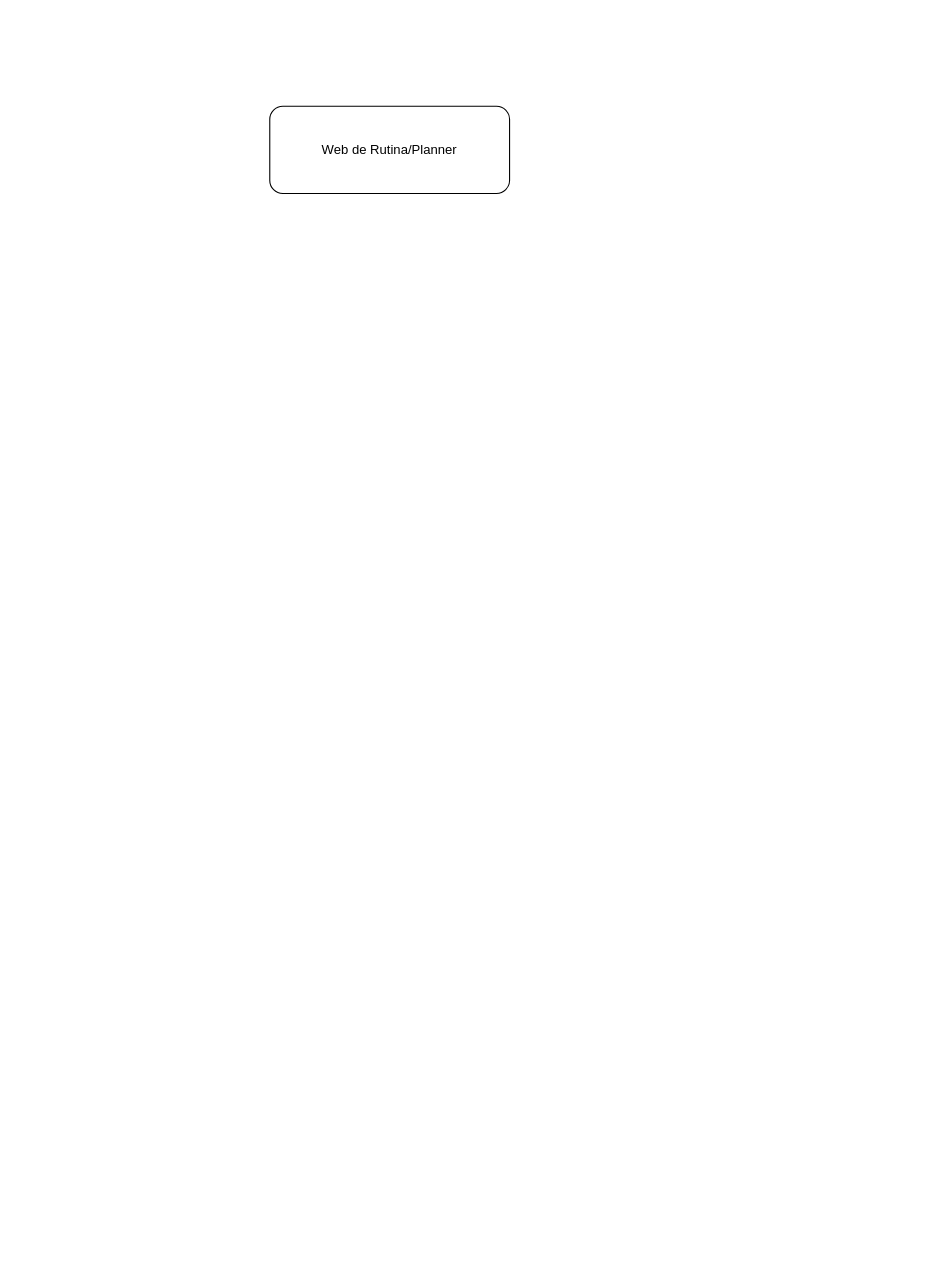
Earlier version of the draw.io diagram Diagrama_gestor_de_tareas.drawio (samDroid132/Diagrama---programacion-proyectos). Source tidied: cells renumbered, new cells numbered last; positions are measured from the earlier drawing's top-left corner, leaving out a move shared by most shapes. Both pictures are drawn from the tidied source at 109%, with x=0, y=0 at pixel (269, 106).
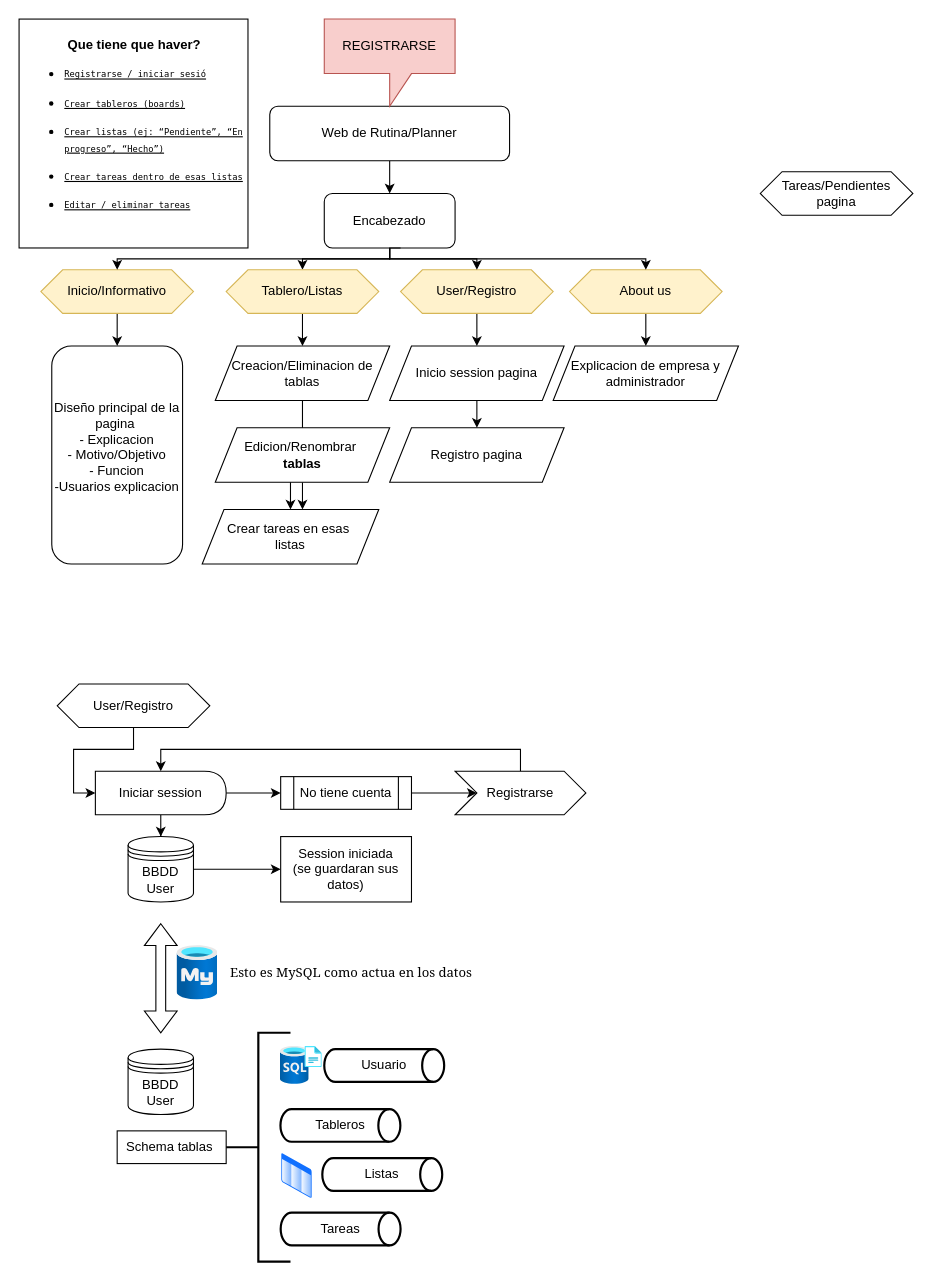
The same diagram, later.

Diff of the diagram source:
```diff
@@
+    <mxCell id="3" style="edgeStyle=orthogonalEdgeStyle;rounded=0;jettySize=auto;html=1;" parent="1" edge="1" source="2" target="6">
+      <mxGeometry relative="1" as="geometry" />
+    </mxCell>
     <mxCell id="2" value="Web de Rutina/Planner" style="rounded=1;whiteSpace=wrap;html=1;" parent="1" vertex="1">
-      <mxGeometry width="220" height="80" as="geometry" />
+      <mxGeometry width="220" height="50" as="geometry" />
     </mxCell>
+    <mxCell id="4" value="&lt;div style=&quot;text-align: center;&quot;&gt;&lt;b style=&quot;background-color: transparent; color: light-dark(rgb(0, 0, 0), rgb(255, 255, 255));&quot;&gt;Que tiene que haver?&lt;/b&gt;&lt;/div&gt;&lt;ul&gt;&lt;li&gt;&lt;p&gt;&lt;span style=&quot;background-color: transparent; color: light-dark(rgb(0, 0, 0), rgb(255, 255, 255));&quot;&gt;&lt;u&gt;&lt;font face=&quot;Lucida Console&quot; style=&quot;font-size: 8px;&quot;&gt;&lt;/font&gt;&lt;/u&gt;&lt;/span&gt;&lt;/p&gt;&lt;p&gt;&lt;font face=&quot;Lucida Console&quot;&gt;&lt;span style=&quot;font-size: 8px;&quot;&gt;&lt;u&gt;Registrarse / iniciar sesió&lt;/u&gt;&lt;/span&gt;&lt;/font&gt;&lt;/p&gt;&lt;/li&gt;&lt;li&gt;&lt;p&gt;&lt;span style=&quot;background-color: transparent; color: light-dark(rgb(0, 0, 0), rgb(255, 255, 255));&quot;&gt;&lt;u&gt;&lt;font face=&quot;Lucida Console&quot; style=&quot;font-size: 8px;&quot;&gt;Crear tableros (boards)&lt;/font&gt;&lt;/u&gt;&lt;/span&gt;&lt;/p&gt;&lt;/li&gt;&lt;li&gt;&lt;p&gt;&lt;u&gt;&lt;font face=&quot;Lucida Console&quot; style=&quot;font-size: 8px;&quot;&gt;Crear listas (ej: “Pendiente”, “En progreso”, “Hecho”)&lt;/font&gt;&lt;/u&gt;&lt;/p&gt;&lt;/li&gt;&lt;li&gt;&lt;p&gt;&lt;u&gt;&lt;font face=&quot;Lucida Console&quot; style=&quot;font-size: 8px;&quot;&gt;Crear tareas dentro de esas listas&lt;/font&gt;&lt;/u&gt;&lt;/p&gt;&lt;/li&gt;&lt;li&gt;&lt;p&gt;&lt;span style=&quot;background-color: transparent; color: light-dark(rgb(0, 0, 0), rgb(255, 255, 255));&quot;&gt;&lt;u&gt;&lt;font face=&quot;Lucida Console&quot; style=&quot;font-size: 8px;&quot;&gt;Editar / eliminar tareas&lt;/font&gt;&lt;/u&gt;&lt;/span&gt;&lt;/p&gt;&lt;/li&gt;&lt;/ul&gt;&lt;h1&gt;&lt;/h1&gt;" style="whiteSpace=wrap;html=1;align=left;" parent="1" vertex="1">
+      <mxGeometry x="-230" y="-80" width="210" height="210" as="geometry" />
+    </mxCell>
+    <mxCell id="5" style="edgeStyle=orthogonalEdgeStyle;rounded=0;jettySize=auto;html=1;entryX=0.5;entryY=0;entryDx=0;entryDy=0;" parent="1" edge="1" source="6" target="12">
+      <mxGeometry relative="1" as="geometry">
+        <Array as="points">
+          <mxPoint x="110" y="140" />
+          <mxPoint x="30" y="140" />
+        </Array>
+      </mxGeometry>
+    </mxCell>
+    <mxCell id="6" value="Encabezado" style="rounded=1;whiteSpace=wrap;html=1;" parent="1" vertex="1">
+      <mxGeometry x="50" y="80" width="120" height="50" as="geometry" />
+    </mxCell>
+    <mxCell id="7" style="edgeStyle=orthogonalEdgeStyle;rounded=0;jettySize=auto;html=1;" parent="1" edge="1" source="8" target="16">
+      <mxGeometry relative="1" as="geometry" />
+    </mxCell>
+    <mxCell id="8" value="Inicio/Informativo" style="shape=hexagon;perimeter=hexagonPerimeter2;whiteSpace=wrap;html=1;fixedSize=1;fillColor=#fff2cc;strokeColor=#d6b656;" parent="1" vertex="1">
+      <mxGeometry x="-210" y="150" width="140" height="40" as="geometry" />
+    </mxCell>
+    <mxCell id="9" style="edgeStyle=orthogonalEdgeStyle;rounded=0;jettySize=auto;html=1;" parent="1" edge="1" source="10" target="24">
+      <mxGeometry relative="1" as="geometry" />
+    </mxCell>
+    <mxCell id="10" value="User/Registro" style="shape=hexagon;perimeter=hexagonPerimeter2;whiteSpace=wrap;html=1;fixedSize=1;fillColor=#fff2cc;strokeColor=#d6b656;" parent="1" vertex="1">
+      <mxGeometry x="120" y="150" width="140" height="40" as="geometry" />
+    </mxCell>
+    <mxCell id="11" style="edgeStyle=orthogonalEdgeStyle;rounded=0;jettySize=auto;html=1;entryX=0.5;entryY=0;entryDx=0;entryDy=0;" parent="1" edge="1" source="12" target="18">
+      <mxGeometry relative="1" as="geometry">
+        <Array as="points">
+          <mxPoint x="30" y="180" />
+          <mxPoint x="30" y="180" />
+        </Array>
+      </mxGeometry>
+    </mxCell>
+    <mxCell id="12" value="Tablero/Listas" style="shape=hexagon;perimeter=hexagonPerimeter2;whiteSpace=wrap;html=1;fixedSize=1;fillColor=#fff2cc;strokeColor=#d6b656;" parent="1" vertex="1">
+      <mxGeometry x="-40" y="150" width="140" height="40" as="geometry" />
+    </mxCell>
+    <mxCell id="13" value="Tareas/Pendientes pagina" style="shape=hexagon;perimeter=hexagonPerimeter2;whiteSpace=wrap;html=1;fixedSize=1;" parent="1" vertex="1">
+      <mxGeometry x="450" y="60" width="140" height="40" as="geometry" />
+    </mxCell>
+    <mxCell id="14" style="edgeStyle=orthogonalEdgeStyle;rounded=0;jettySize=auto;html=1;" parent="1" edge="1" source="15" target="25">
+      <mxGeometry relative="1" as="geometry" />
+    </mxCell>
+    <mxCell id="15" value="About us" style="shape=hexagon;perimeter=hexagonPerimeter2;whiteSpace=wrap;html=1;fixedSize=1;fillColor=#fff2cc;strokeColor=#d6b656;" parent="1" vertex="1">
+      <mxGeometry x="275" y="150" width="140" height="40" as="geometry" />
+    </mxCell>
+    <mxCell id="16" value="Diseño principal de la pagina&amp;nbsp;&lt;div&gt;- Explicacion&lt;/div&gt;&lt;div&gt;- Motivo/Objetivo&lt;/div&gt;&lt;div&gt;- Funcion&lt;/div&gt;&lt;div&gt;-Usuarios explicacion&lt;/div&gt;&lt;div&gt;&lt;br&gt;&lt;/div&gt;" style="rounded=1;whiteSpace=wrap;html=1;" parent="1" vertex="1">
+      <mxGeometry x="-200" y="220" width="120" height="200" as="geometry" />
+    </mxCell>
+    <mxCell id="17" style="edgeStyle=orthogonalEdgeStyle;rounded=0;jettySize=auto;html=1;" parent="1" edge="1" source="18" target="21">
+      <mxGeometry relative="1" as="geometry" />
+    </mxCell>
+    <mxCell id="18" value="Creacion/Eliminacion de tablas" style="shape=parallelogram;perimeter=parallelogramPerimeter;whiteSpace=wrap;html=1;fixedSize=1;" parent="1" vertex="1">
+      <mxGeometry x="-50" y="220" width="160" height="50" as="geometry" />
+    </mxCell>
+    <mxCell id="19" style="edgeStyle=orthogonalEdgeStyle;rounded=0;jettySize=auto;html=1;" parent="1" edge="1" source="20" target="21">
+      <mxGeometry relative="1" as="geometry">
+        <Array as="points">
+          <mxPoint x="29" y="330" />
+          <mxPoint x="29" y="330" />
+        </Array>
+      </mxGeometry>
+    </mxCell>
+    <mxCell id="20" value="Edicion/Renombrar&amp;nbsp;&lt;div&gt;&lt;b&gt;tablas&lt;/b&gt;&lt;/div&gt;" style="shape=parallelogram;perimeter=parallelogramPerimeter;whiteSpace=wrap;html=1;fixedSize=1;" parent="1" vertex="1">
+      <mxGeometry x="-50" y="295" width="160" height="50" as="geometry" />
+    </mxCell>
+    <mxCell id="21" value="Crear tareas en esas&amp;nbsp;&lt;div&gt;listas&lt;/div&gt;" style="shape=parallelogram;perimeter=parallelogramPerimeter;whiteSpace=wrap;html=1;fixedSize=1;" parent="1" vertex="1">
+      <mxGeometry x="-62" y="370" width="162" height="50" as="geometry" />
+    </mxCell>
+    <mxCell id="22" value="Registro pagina" style="shape=parallelogram;perimeter=parallelogramPerimeter;whiteSpace=wrap;html=1;fixedSize=1;" parent="1" vertex="1">
+      <mxGeometry x="110" y="295" width="160" height="50" as="geometry" />
+    </mxCell>
+    <mxCell id="23" style="edgeStyle=orthogonalEdgeStyle;rounded=0;jettySize=auto;html=1;" parent="1" edge="1" source="24" target="22">
+      <mxGeometry relative="1" as="geometry" />
+    </mxCell>
+    <mxCell id="24" value="Inicio session pagina" style="shape=parallelogram;perimeter=parallelogramPerimeter;whiteSpace=wrap;html=1;fixedSize=1;" parent="1" vertex="1">
+      <mxGeometry x="110" y="220" width="160" height="50" as="geometry" />
+    </mxCell>
+    <mxCell id="25" value="Explicacion de empresa y administrador" style="shape=parallelogram;perimeter=parallelogramPerimeter;whiteSpace=wrap;html=1;fixedSize=1;" parent="1" vertex="1">
+      <mxGeometry x="260" y="220" width="170" height="50" as="geometry" />
+    </mxCell>
+    <mxCell id="26" style="edgeStyle=orthogonalEdgeStyle;rounded=0;jettySize=auto;html=1;entryX=0;entryY=0.5;entryDx=0;entryDy=0;" parent="1" edge="1" source="27" target="32">
+      <mxGeometry relative="1" as="geometry" />
+    </mxCell>
+    <mxCell id="27" value="User/Registro" style="shape=hexagon;perimeter=hexagonPerimeter2;whiteSpace=wrap;html=1;fixedSize=1;" parent="1" vertex="1">
+      <mxGeometry x="-195" y="530" width="140" height="40" as="geometry" />
+    </mxCell>
+    <mxCell id="28" style="edgeStyle=orthogonalEdgeStyle;rounded=0;jettySize=auto;html=1;" parent="1" edge="1" source="29" target="37">
+      <mxGeometry relative="1" as="geometry" />
+    </mxCell>
+    <mxCell id="29" value="BBDD User" style="shape=datastore;whiteSpace=wrap;html=1;" parent="1" vertex="1">
+      <mxGeometry x="-130" y="670" width="60" height="60" as="geometry" />
+    </mxCell>
+    <mxCell id="30" style="edgeStyle=orthogonalEdgeStyle;rounded=0;jettySize=auto;html=1;" parent="1" edge="1" source="32" target="36">
+      <mxGeometry relative="1" as="geometry" />
+    </mxCell>
+    <mxCell id="31" style="edgeStyle=orthogonalEdgeStyle;rounded=0;jettySize=auto;html=1;" parent="1" edge="1" source="32" target="29">
+      <mxGeometry relative="1" as="geometry" />
+    </mxCell>
+    <mxCell id="32" value="Iniciar session" style="shape=delay;whiteSpace=wrap;html=1;" parent="1" vertex="1">
+      <mxGeometry x="-160" y="610" width="120" height="40" as="geometry" />
+    </mxCell>
+    <mxCell id="33" style="edgeStyle=orthogonalEdgeStyle;rounded=0;jettySize=auto;html=1;entryX=0.5;entryY=0;entryDx=0;entryDy=0;" parent="1" edge="1" source="34" target="32">
+      <mxGeometry relative="1" as="geometry">
+        <Array as="points">
+          <mxPoint x="230" y="590" />
+          <mxPoint x="-100" y="590" />
+        </Array>
+      </mxGeometry>
+    </mxCell>
+    <mxCell id="34" value="Registrarse" style="shape=step;perimeter=stepPerimeter;whiteSpace=wrap;html=1;fixedSize=1;" parent="1" vertex="1">
+      <mxGeometry x="170" y="610" width="120" height="40" as="geometry" />
+    </mxCell>
+    <mxCell id="35" style="edgeStyle=orthogonalEdgeStyle;rounded=0;jettySize=auto;html=1;" parent="1" edge="1" source="36" target="34">
+      <mxGeometry relative="1" as="geometry" />
+    </mxCell>
+    <mxCell id="36" value="No tiene cuenta" style="shape=process;whiteSpace=wrap;html=1;backgroundOutline=1;" parent="1" vertex="1">
+      <mxGeometry x="10" y="615" width="120" height="30" as="geometry" />
+    </mxCell>
+    <mxCell id="37" value="Session iniciada&lt;br&gt;(se guardaran sus datos)" style="rounded=0;whiteSpace=wrap;html=1;" parent="1" vertex="1">
+      <mxGeometry x="10" y="670" width="120" height="60" as="geometry" />
+    </mxCell>
+    <mxCell id="38" style="shape=doubleArrow;direction=south;whiteSpace=wrap;html=1;" parent="1" vertex="1">
+      <mxGeometry x="-115" y="750" width="30" height="100" as="geometry" />
+    </mxCell>
+    <mxCell id="39" value="&lt;font face=&quot;Georgia&quot;&gt;Esto es MySQL como actua en los datos&lt;/font&gt;" style="text;html=1;whiteSpace=wrap;strokeColor=none;fillColor=none;align=center;verticalAlign=middle;rounded=0;" parent="1" vertex="1">
+      <mxGeometry x="-40" y="780" width="230" height="30" as="geometry" />
+    </mxCell>
+    <mxCell id="40" value="BBDD User" style="shape=datastore;whiteSpace=wrap;html=1;" parent="1" vertex="1">
+      <mxGeometry x="-130" y="865" width="60" height="60" as="geometry" />
+    </mxCell>
+    <mxCell id="41" value="Schema tablas&amp;nbsp;" style="rounded=0;whiteSpace=wrap;html=1;" parent="1" vertex="1">
+      <mxGeometry x="-140" y="940" width="100" height="30" as="geometry" />
+    </mxCell>
+    <mxCell id="42" style="strokeWidth=2;html=1;shape=mxgraph.flowchart.annotation_2;align=left;labelPosition=right;" parent="1" vertex="1">
+      <mxGeometry x="-40" y="850" width="59" height="210" as="geometry" />
+    </mxCell>
+    <mxCell id="43" value="Usuario" style="strokeWidth=2;html=1;shape=mxgraph.flowchart.direct_data;whiteSpace=wrap;" parent="1" vertex="1">
+      <mxGeometry x="50" y="865" width="110" height="30" as="geometry" />
+    </mxCell>
+    <mxCell id="44" value="Tableros" style="strokeWidth=2;html=1;shape=mxgraph.flowchart.direct_data;whiteSpace=wrap;" parent="1" vertex="1">
+      <mxGeometry x="9.8" y="920" width="110" height="30" as="geometry" />
+    </mxCell>
+    <mxCell id="45" value="Listas" style="strokeWidth=2;html=1;shape=mxgraph.flowchart.direct_data;whiteSpace=wrap;" parent="1" vertex="1">
+      <mxGeometry x="48.2" y="965" width="110" height="30" as="geometry" />
+    </mxCell>
+    <mxCell id="46" value="Tareas" style="strokeWidth=2;html=1;shape=mxgraph.flowchart.direct_data;whiteSpace=wrap;" parent="1" vertex="1">
+      <mxGeometry x="10" y="1015" width="110" height="30" as="geometry" />
+    </mxCell>
+    <mxCell id="47" style="image;html=1;align=center;fontSize=12;image=img/lib/azure2/databases/Azure_Database_MySQL_Server.svg;" parent="1" vertex="1">
+      <mxGeometry x="-85" y="770" width="37.5" height="50" as="geometry" />
+    </mxCell>
+    <mxCell id="48" style="image;html=1;align=center;fontSize=12;image=img/lib/azure2/databases/SQL_Server_Registries.svg;" parent="1" vertex="1">
+      <mxGeometry x="9.8" y="862.5" width="38.4" height="35" as="geometry" />
+    </mxCell>
+    <mxCell id="49" style="image;perimeter=ellipsePerimeter;html=1;align=center;shadow=0;dashed=0;spacingTop=3;image=img/lib/active_directory/list.svg;" parent="1" vertex="1">
+      <mxGeometry x="10" y="960" width="30" height="42.9" as="geometry" />
+    </mxCell>
+    <mxCell id="50" value="&lt;span style=&quot;&quot;&gt;REGISTRARSE&lt;/span&gt;" style="shape=callout;whiteSpace=wrap;html=1;perimeter=calloutPerimeter;fillColor=#f8cecc;strokeColor=#b85450;fontColor=default;labelBackgroundColor=none;" parent="1" vertex="1">
+      <mxGeometry x="50" y="-80" width="120" height="80" as="geometry" />
+    </mxCell>
+    <mxCell id="51" style="edgeStyle=orthogonalEdgeStyle;rounded=0;jettySize=auto;html=1;entryX=0.5;entryY=0;entryDx=0;entryDy=0;" parent="1" edge="1" target="10">
+      <mxGeometry relative="1" as="geometry">
+        <mxPoint x="110" y="130" as="sourcePoint" />
+        <Array as="points">
+          <mxPoint x="110" y="140" />
+          <mxPoint x="190" y="140" />
+        </Array>
+      </mxGeometry>
+    </mxCell>
+    <mxCell id="52" style="edgeStyle=orthogonalEdgeStyle;rounded=0;jettySize=auto;html=1;entryX=0.5;entryY=0;entryDx=0;entryDy=0;" parent="1" edge="1" target="15">
+      <mxGeometry relative="1" as="geometry">
+        <mxPoint x="120" y="130" as="sourcePoint" />
+        <Array as="points">
+          <mxPoint x="110" y="130" />
+          <mxPoint x="110" y="140" />
+          <mxPoint x="345" y="140" />
+        </Array>
+      </mxGeometry>
+    </mxCell>
+    <mxCell id="53" style="edgeStyle=orthogonalEdgeStyle;rounded=0;jettySize=auto;html=1;entryX=0.5;entryY=0;entryDx=0;entryDy=0;" parent="1" edge="1" target="8">
+      <mxGeometry relative="1" as="geometry">
+        <mxPoint x="110" y="130" as="sourcePoint" />
+        <Array as="points">
+          <mxPoint x="110" y="140" />
+          <mxPoint x="-140" y="140" />
+        </Array>
+      </mxGeometry>
+    </mxCell>
```
